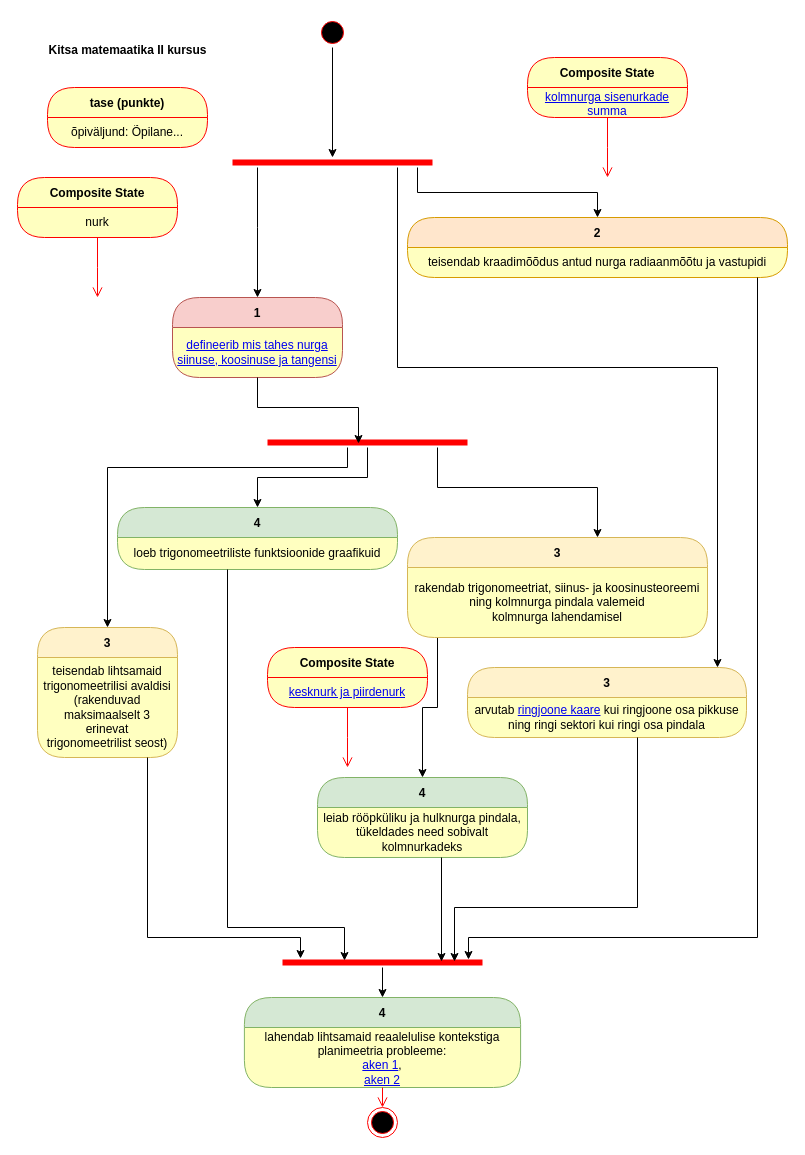
The draw.io diagram page "Õpiväljundid" (1 of 2) of rmd/matemaatika-kitsas-2.drawio in piiskop/matemaatika-kitsas-2, before the edit. Source tidied: cells renumbered, new cells numbered last; positions are measured from the earlier drawing's top-left corner, leaving out a move shared by most shapes. Both pictures are drawn from the tidied source at 100%, with x=0, y=0 at pixel (17, 17).
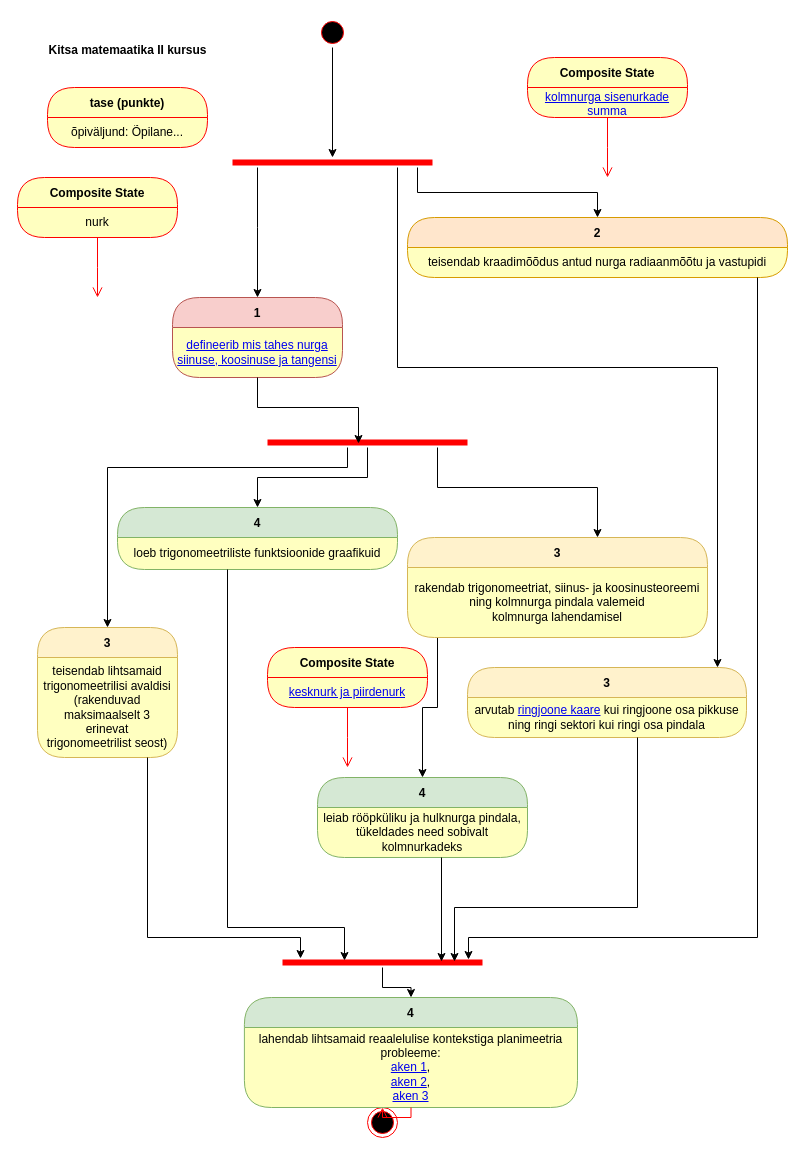
After the change.

Commit message:
akna ülesanne: video link

The edit, as a diff of the source:
```diff
@@
     <mxCell id="3" value="4" style="swimlane;fontStyle=1;align=center;verticalAlign=middle;horizontal=1;startSize=30;rounded=1;arcSize=30;strokeColor=#82b366;fillColor=#d5e8d4;swimlaneFillColor=#ffffc0;" parent="1" vertex="1">
-      <mxGeometry x="226.9" y="980" width="276.2" height="90" as="geometry" />
+      <mxGeometry x="226.9" y="980" width="333.1" height="110" as="geometry" />
     </mxCell>
-    <mxCell id="4" value="lahendab lihtsamaid reaalelulise kontekstiga planimeetria probleeme:&lt;br&gt;&lt;a href=&quot;https://youtu.be/zB8ZTyG81Ow&quot;&gt;aken 1&lt;/a&gt;,&lt;br&gt;&lt;a href=&quot;https://youtu.be/3DC8eo3JhOk&quot;&gt;aken 2&lt;/a&gt;" style="text;html=1;strokeColor=none;fillColor=none;align=center;verticalAlign=middle;spacingLeft=4;spacingRight=4;whiteSpace=wrap;overflow=hidden;fontColor=#000000;" parent="3" vertex="1">
-      <mxGeometry y="30" width="276.2" height="60" as="geometry" />
+    <mxCell id="4" value="lahendab lihtsamaid reaalelulise kontekstiga planimeetria probleeme:&lt;br&gt;&lt;a href=&quot;https://youtu.be/zB8ZTyG81Ow&quot;&gt;aken 1&lt;/a&gt;,&lt;br&gt;&lt;a href=&quot;https://youtu.be/3DC8eo3JhOk&quot;&gt;aken 2&lt;/a&gt;,&lt;div&gt;&lt;a href=&quot;https://youtu.be/Fq9VRtYV6oE&quot;&gt;aken 3&lt;/a&gt;&lt;/div&gt;" style="text;html=1;strokeColor=none;fillColor=none;align=center;verticalAlign=middle;spacingLeft=4;spacingRight=4;whiteSpace=wrap;overflow=hidden;fontColor=#000000;" parent="3" vertex="1">
+      <mxGeometry y="30" width="333.1" height="80" as="geometry" />
     </mxCell>
```
